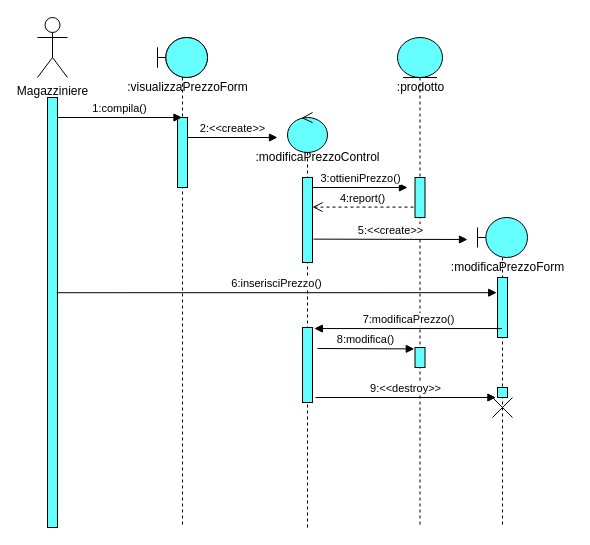
This is documentazioneRAD/Object&SequenceDiagram/SD_5.drawio from Ciro-Fusco/NewDM, a draw.io file, before an edit. Source tidied: cells renumbered, new cells numbered last; positions are measured from the earlier drawing's top-left corner, leaving out a move shared by most shapes. Both pictures are drawn from the tidied source at 100%, with x=0, y=0 at pixel (37, 17).
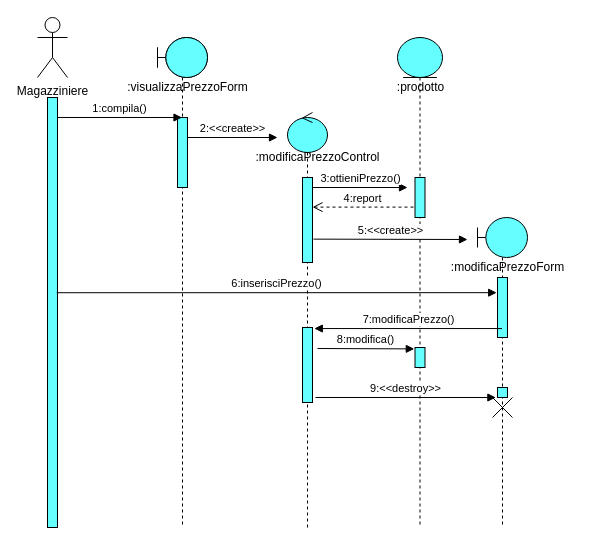
After the change.

Unchanged cells that the change refers to:
```xml
<mxCell id="10" style="html=1;points=[];perimeter=orthogonalPerimeter;fillColor=#66FFFF;" parent="9" vertex="1">
  <mxGeometry x="15" y="65" width="10" height="85" as="geometry" />
</mxCell>
<mxCell id="16" style="html=1;points=[];perimeter=orthogonalPerimeter;fillColor=#66FFFF;" parent="14" vertex="1">
  <mxGeometry x="17.5" y="140" width="10" height="40" as="geometry" />
</mxCell>
```

Change to the diagram source:
```diff
@@
-    <mxCell id="19" value="4:report()" style="html=1;verticalAlign=bottom;endArrow=open;dashed=1;endSize=8;exitX=-0.15;exitY=0.74;exitDx=0;exitDy=0;exitPerimeter=0;" parent="1" edge="1" source="16" target="10">
+    <mxCell id="19" value="4:report" style="html=1;verticalAlign=bottom;endArrow=open;dashed=1;endSize=8;exitX=-0.15;exitY=0.74;exitDx=0;exitDy=0;exitPerimeter=0;" parent="1" edge="1" source="16" target="10">
       <mxGeometry relative="1" as="geometry" />
     </mxCell>
```
